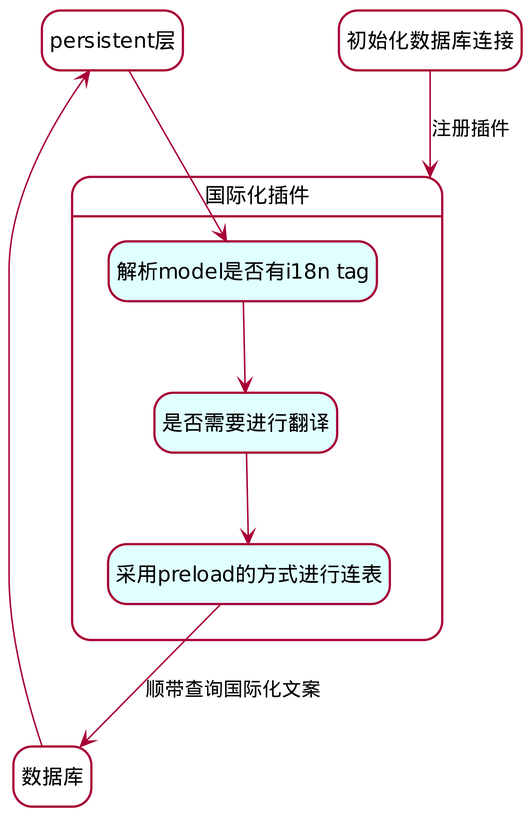
KAMIENDER/Draw keeps this PlantUML diagram as out/商业化/国际化/插件sdk.png. Above is the earlier version. Its diagram source:
```plantuml
@startuml 插件sdk
skinparam shadowing false
skinparam dpi 500
hide empty description

state init as "初始化数据库连接" #White
state persistent as "persistent层" #White
state plug as "国际化插件" #White {
    state analyze as "解析model是否有i18n tag" #LightCyan
    state context as "是否需要进行翻译" #LightCyan
    state preLoader as "采用preload的方式进行连表" #LightCyan
}
state db as "数据库" #White

init --> plug : 注册插件
persistent --> analyze
analyze --> context
context --> preLoader
preLoader --> db : 顺带查询国际化文案
db -up-> persistent
@enduml
```
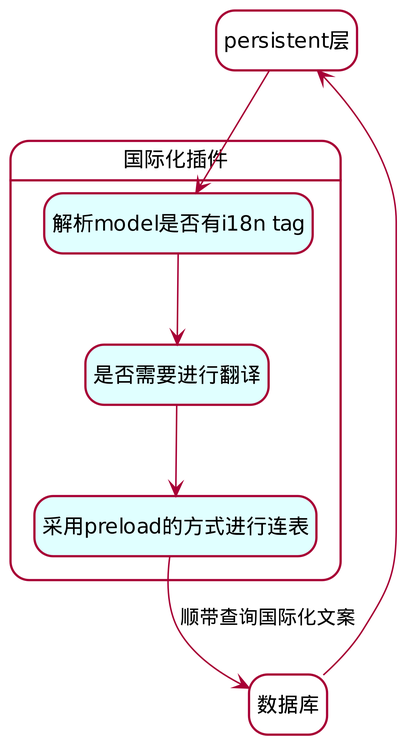
Above is the later version.

The edit, as a diff of the source:
```diff
@@ -3,7 +3,6 @@
 skinparam dpi 500
 hide empty description
 
-state init as "初始化数据库连接" #White
 state persistent as "persistent层" #White
 state plug as "国际化插件" #White {
     state analyze as "解析model是否有i18n tag" #LightCyan
@@ -12,7 +11,6 @@
 }
 state db as "数据库" #White
 
-init --> plug : 注册插件
 persistent --> analyze
 analyze --> context
 context --> preLoader
```
